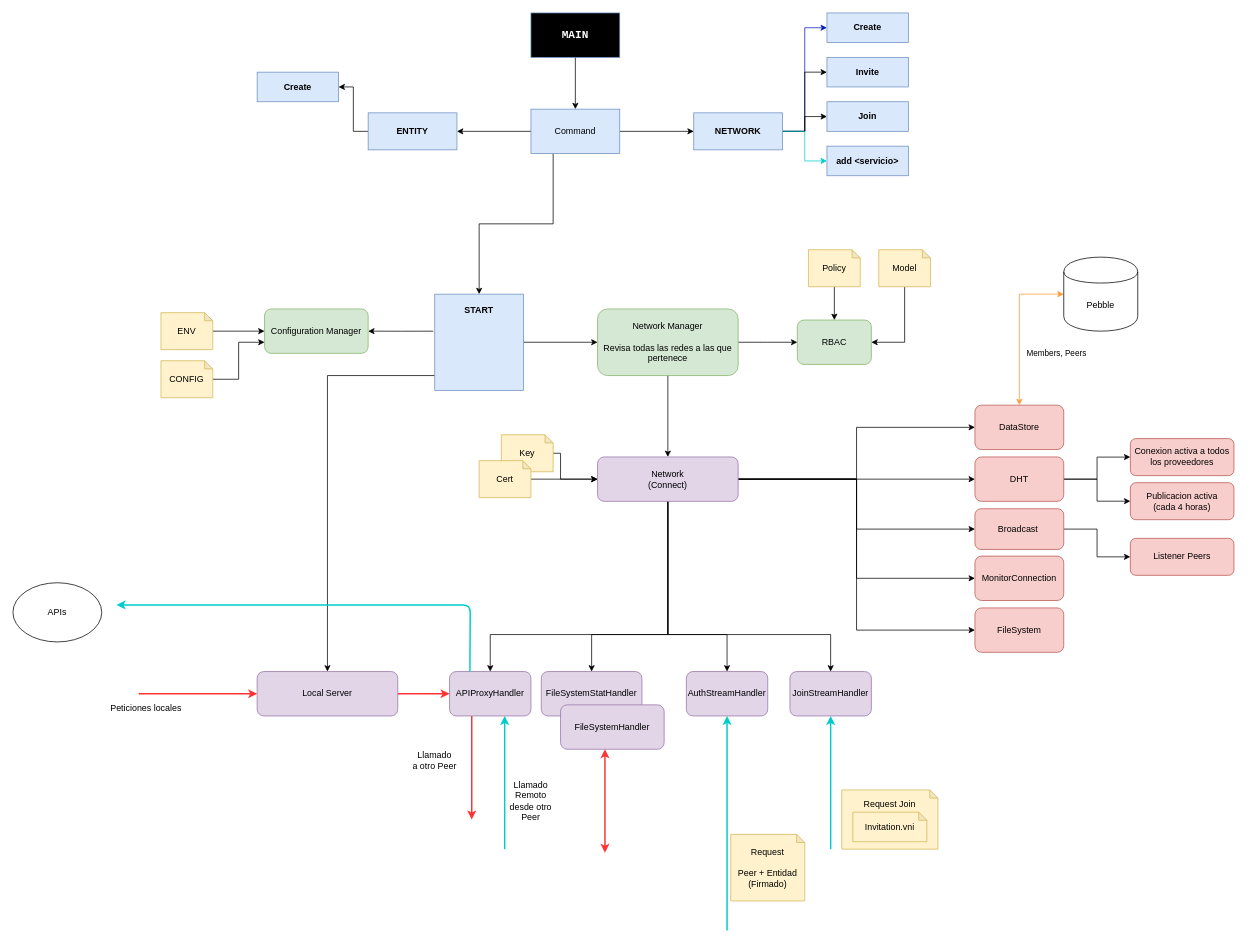
Earlier version of the draw.io diagram page "App Arquitecture" (5 of 7) of documentation/Veredarii.drawio (daille/veredarii). Source tidied: cells renumbered, new cells numbered last; positions are measured from the earlier drawing's top-left corner, leaving out a move shared by most shapes. Both pictures are drawn from the tidied source at 74%, with x=0, y=0 at pixel (13, 13).
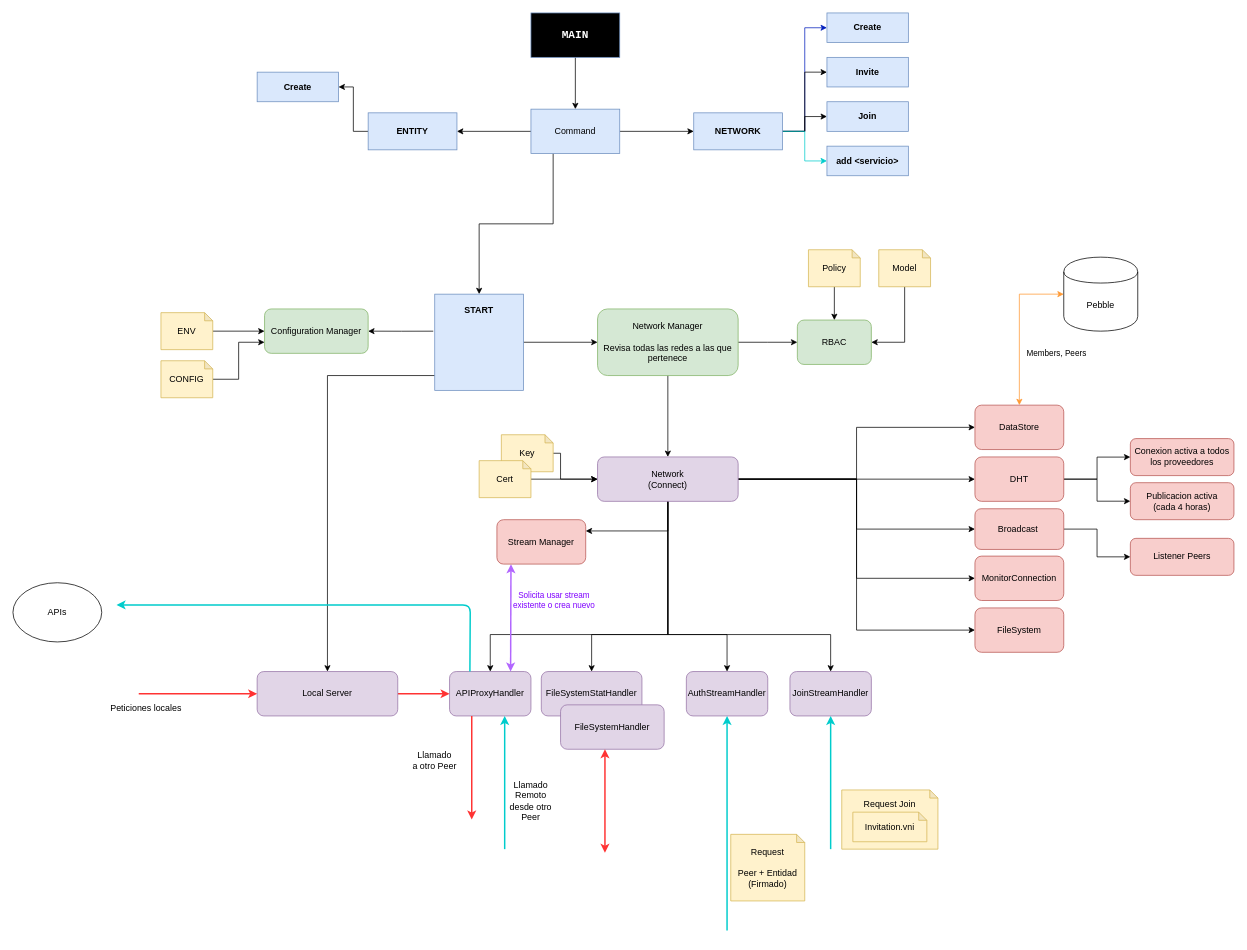
The same diagram, later.

Unchanged cells that the change refers to:
```xml
<mxCell id="29" value="Network&lt;br&gt;(Connect)" style="rounded=1;whiteSpace=wrap;html=1;fillColor=#e1d5e7;strokeColor=#9673a6;" parent="1" vertex="1">
  <mxGeometry x="790" y="600" width="190" height="60" as="geometry" />
</mxCell>
<mxCell id="35" value="APIProxyHandler" style="rounded=1;whiteSpace=wrap;html=1;fillColor=#e1d5e7;strokeColor=#9673a6;" parent="1" vertex="1">
  <mxGeometry x="590" y="890" width="110" height="60" as="geometry" />
</mxCell>
```

The edit, as a diff of the source:
```diff
@@
+    <mxCell id="85" style="edgeStyle=orthogonalEdgeStyle;rounded=0;jettySize=auto;html=1;" parent="1" edge="1" source="29" target="88">
+      <mxGeometry relative="1" as="geometry">
+        <Array as="points">
+          <mxPoint x="885" y="700" />
+          <mxPoint x="720" y="700" />
+        </Array>
+      </mxGeometry>
+    </mxCell>
@@
+    <mxCell id="86" style="edgeStyle=orthogonalEdgeStyle;rounded=0;jettySize=auto;html=1;entryX=0.75;entryY=0;entryDx=0;entryDy=0;fillColor=#f8cecc;strokeColor=#B266FF;strokeWidth=2;startArrow=classic;startFill=1;" parent="1" edge="1" target="35">
+      <mxGeometry relative="1" as="geometry">
+        <mxPoint x="673" y="745" as="sourcePoint" />
+        <Array as="points">
+          <mxPoint x="673" y="745" />
+          <mxPoint x="673" y="806" />
+        </Array>
+      </mxGeometry>
+    </mxCell>
+    <mxCell id="87" value="Solicita usar stream &lt;br&gt;existente o crea nuevo" style="edgeLabel;html=1;align=center;verticalAlign=middle;fontColor=#7F00FF;" parent="86" vertex="1">
+      <mxGeometry x="-0.2" y="-3" relative="1" as="geometry">
+        <mxPoint x="60.2" y="-9" as="offset" />
+      </mxGeometry>
+    </mxCell>
+    <mxCell id="88" value="Stream Manager" style="rounded=1;whiteSpace=wrap;html=1;fillColor=#f8cecc;strokeColor=#b85450;" parent="1" vertex="1">
+      <mxGeometry x="654" y="684.8" width="120" height="60" as="geometry" />
+    </mxCell>
```
